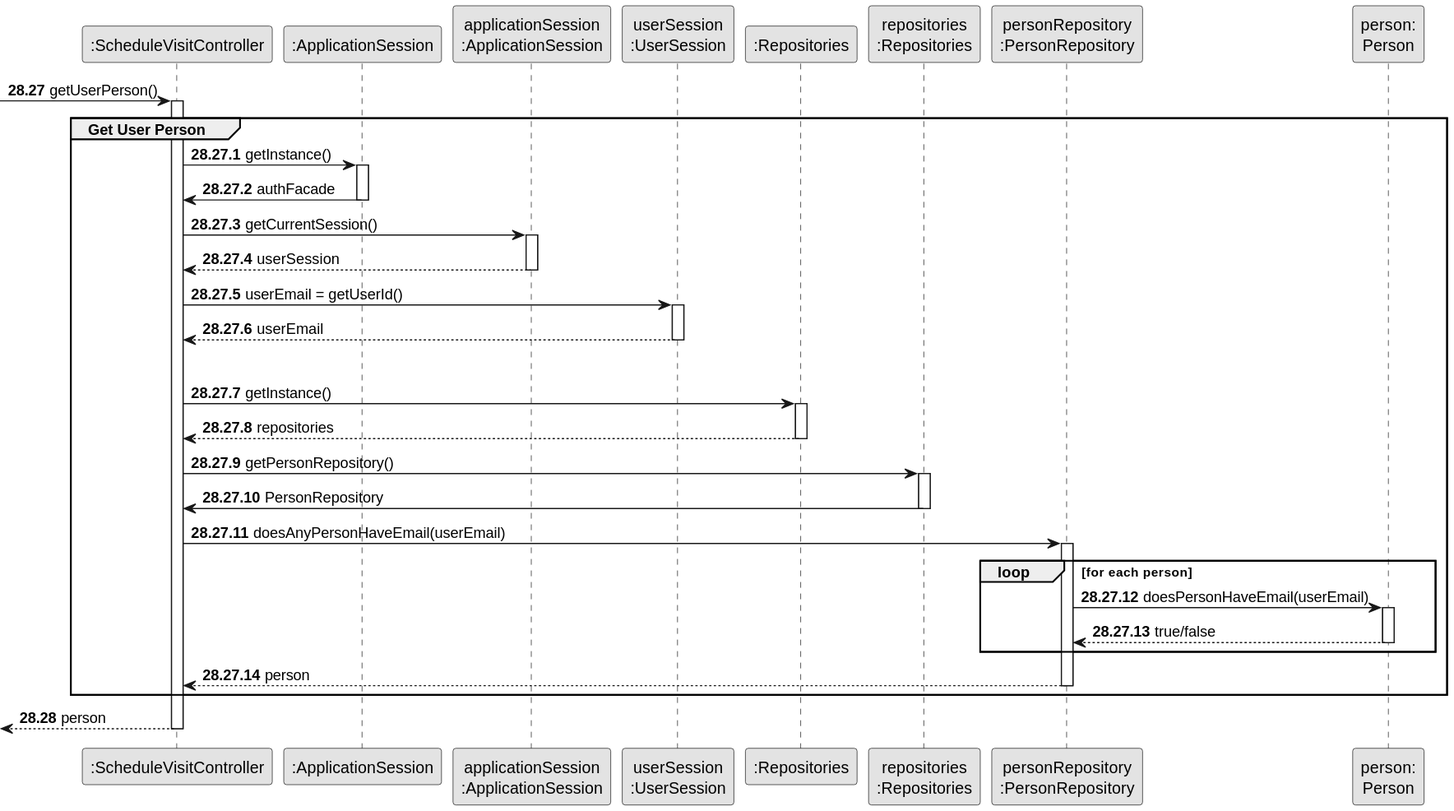
This is docs/sprintC/us009/03.design/svg/us009-sequence-diagram-partial-get-user-person.svg from rita-barbosa/LAPR2-2223, a PlantUML export, as it was before one commit. The source it was exported from:
```plantuml
@startuml
skinparam monochrome true
skinparam packageStyle rectangle
skinparam shadowing false

participant ":ScheduleVisitController" as CTRL
participant ":ApplicationSession" as _APP
participant "applicationSession\n:ApplicationSession" as APP
participant "userSession\n:UserSession" as SESSION
participant ":Repositories" as RepositorySingleton
participant "repositories\n:Repositories" as PLAT
participant "personRepository\n:PersonRepository" as PersonRepository
participant "person:\nPerson" as PERSON

autonumber 28.27

     -> CTRL : getUserPerson()
     activate CTRL

autonumber 28.27.1

    group Get User Person

         CTRL -> _APP: getInstance()
         activate _APP

            _APP -> CTRL: authFacade
         deactivate _APP

         CTRL -> APP: getCurrentSession()
         activate APP

             APP --> CTRL: userSession
         deactivate APP

         CTRL -> SESSION: userEmail = getUserId()
         activate SESSION

             SESSION --> CTRL: userEmail
         deactivate SESSION
|||
        CTRL -> RepositorySingleton : getInstance()
        activate RepositorySingleton

            RepositorySingleton --> CTRL : repositories
        deactivate RepositorySingleton

        CTRL -> PLAT : getPersonRepository()
        activate PLAT

            PLAT -> CTRL : PersonRepository
        deactivate PLAT

        CTRL -> PersonRepository : doesAnyPersonHaveEmail(userEmail)
        activate PersonRepository

        loop for each person

            PersonRepository -> PERSON : doesPersonHaveEmail(userEmail)
            activate PERSON

                PERSON --> PersonRepository : true/false
            deactivate PERSON

        end loop

            PersonRepository --> CTRL : person
        deactivate PersonRepository

     end group

autonumber 28.28

        <-- CTRL : person
    deactivate CTRL
@enduml
```
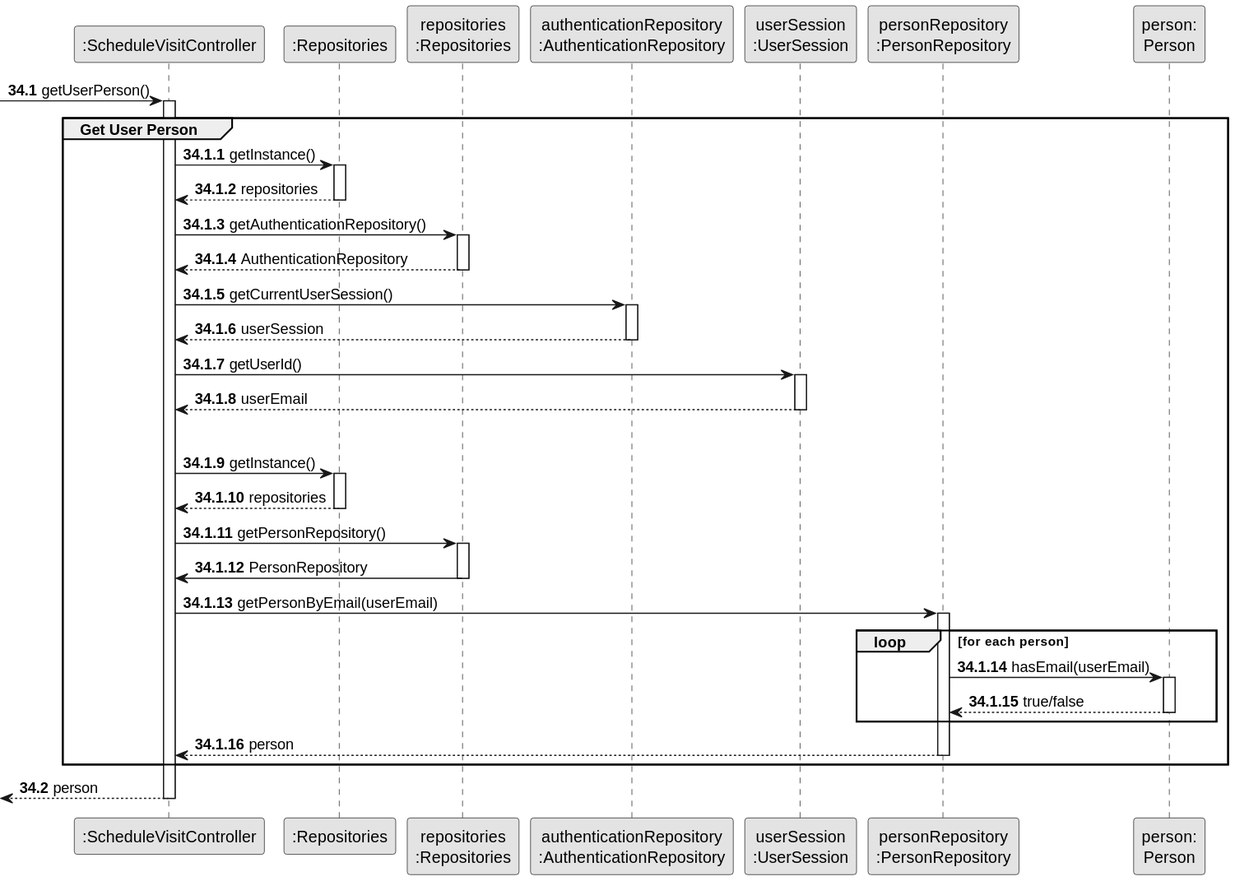
The same diagram one commit later.

What changed in the source:
```diff
@@ -4,40 +4,45 @@
 skinparam shadowing false
 
 participant ":ScheduleVisitController" as CTRL
-participant ":ApplicationSession" as _APP
-participant "applicationSession\n:ApplicationSession" as APP
-participant "userSession\n:UserSession" as SESSION
 participant ":Repositories" as RepositorySingleton
 participant "repositories\n:Repositories" as PLAT
+participant "authenticationRepository\n:AuthenticationRepository" as AuthenticationRepository
+participant "userSession\n:UserSession" as SESSION
 participant "personRepository\n:PersonRepository" as PersonRepository
 participant "person:\nPerson" as PERSON
 
-autonumber 28.27
+autonumber 34.1
 
      -> CTRL : getUserPerson()
      activate CTRL
 
-autonumber 28.27.1
+autonumber 34.1.1
 
     group Get User Person
 
-         CTRL -> _APP: getInstance()
-         activate _APP
+        CTRL -> RepositorySingleton : getInstance()
+        activate RepositorySingleton
 
-            _APP -> CTRL: authFacade
-         deactivate _APP
+            RepositorySingleton --> CTRL : repositories
+        deactivate RepositorySingleton
 
-         CTRL -> APP: getCurrentSession()
-         activate APP
+        CTRL -> PLAT : getAuthenticationRepository()
+        activate PLAT
 
-             APP --> CTRL: userSession
-         deactivate APP
+            PLAT --> CTRL : AuthenticationRepository
+        deactivate PLAT
 
-         CTRL -> SESSION: userEmail = getUserId()
-         activate SESSION
+        CTRL -> AuthenticationRepository : getCurrentUserSession()
+        activate AuthenticationRepository
 
-             SESSION --> CTRL: userEmail
-         deactivate SESSION
+           AuthenticationRepository --> CTRL : userSession
+        deactivate AuthenticationRepository
+
+        CTRL -> SESSION : getUserId()
+        activate SESSION
+
+            SESSION --> CTRL : userEmail
+        deactivate SESSION
 |||
         CTRL -> RepositorySingleton : getInstance()
         activate RepositorySingleton
@@ -51,12 +56,12 @@
             PLAT -> CTRL : PersonRepository
         deactivate PLAT
 
-        CTRL -> PersonRepository : doesAnyPersonHaveEmail(userEmail)
+        CTRL -> PersonRepository : getPersonByEmail(userEmail)
         activate PersonRepository
 
         loop for each person
 
-            PersonRepository -> PERSON : doesPersonHaveEmail(userEmail)
+            PersonRepository -> PERSON : hasEmail(userEmail)
             activate PERSON
 
                 PERSON --> PersonRepository : true/false
@@ -69,7 +74,7 @@
 
      end group
 
-autonumber 28.28
+autonumber 34.2
 
         <-- CTRL : person
     deactivate CTRL
```
